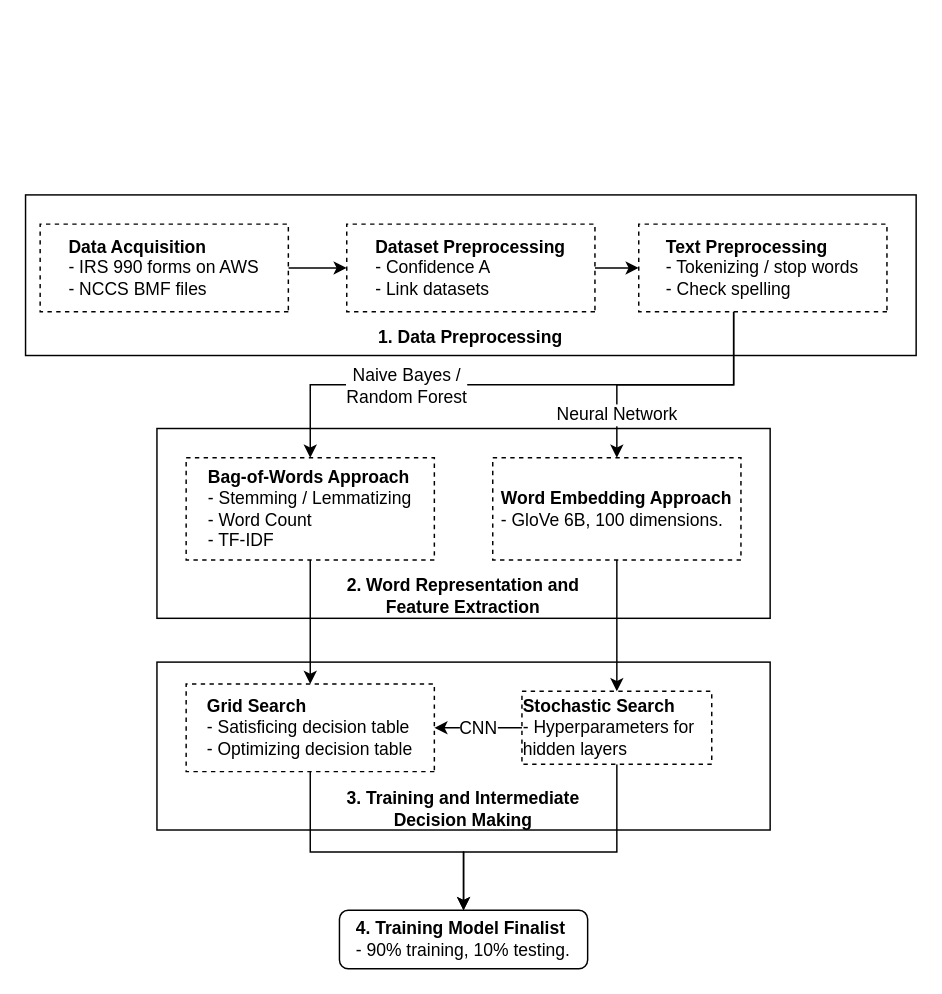
Above: paper/tbl_fig/ntee_classification.drawio in ma-ji/npo_classifier (draw.io), before the change. Source tidied: cells renumbered, new cells numbered last; positions are measured from the earlier drawing's top-left corner, leaving out a move shared by most shapes. Both pictures are drawn from the tidied source at 146%, with x=0, y=0 at pixel (25, 194).
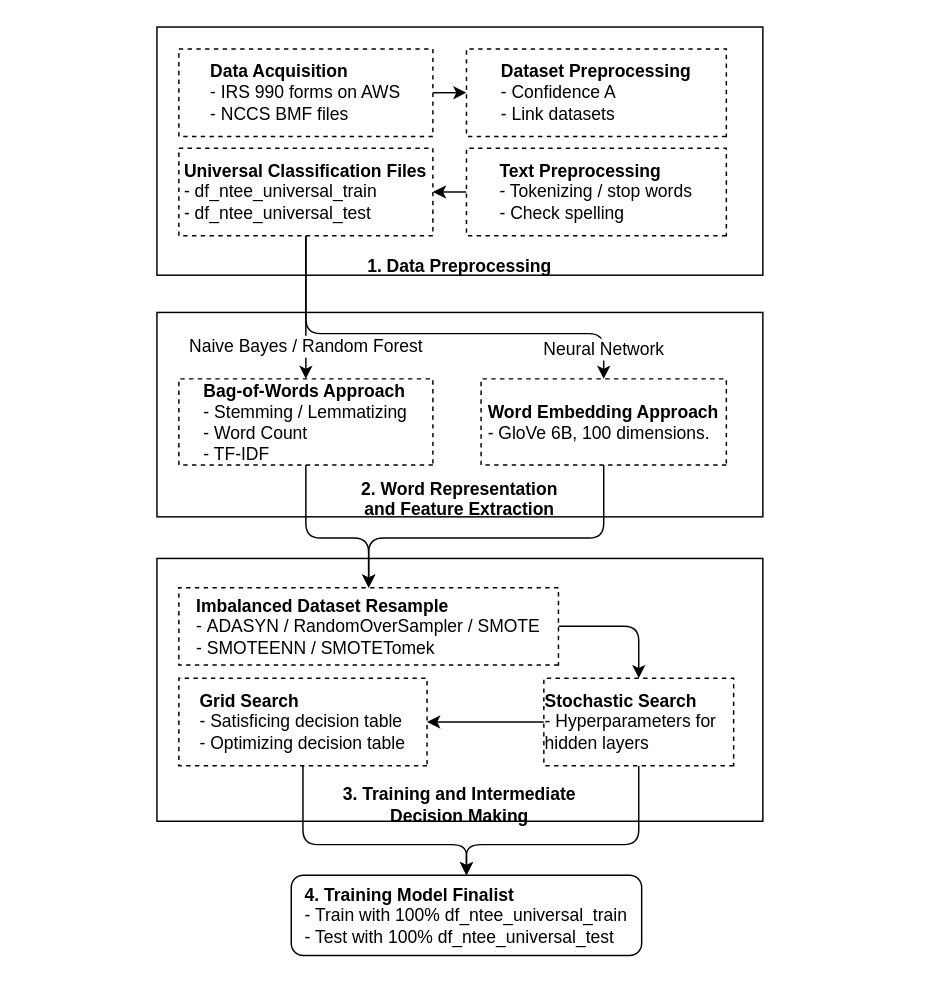
The same diagram, later.

Unchanged cells that the change refers to:
```xml
<mxCell id="19" style="edgeStyle=orthogonalEdgeStyle;rounded=0;jettySize=auto;html=1;" parent="1" edge="1" source="22" target="7">
  <mxGeometry relative="1" as="geometry" />
</mxCell>
```

Change to the diagram source:
```diff
@@
-    <mxCell id="2" style="group;" parent="1" vertex="1">
-      <mxGeometry width="610" height="110" as="geometry" />
-    </mxCell>
-    <mxCell id="3" value="&lt;b&gt;&lt;br&gt;&lt;br&gt;&lt;br&gt;&lt;br&gt;&lt;br&gt;&lt;br&gt;1. Data Preprocessing&lt;br&gt;&lt;/b&gt;" style="rounded=0;whiteSpace=wrap;html=1;fillColor=none;" parent="2" vertex="1">
-      <mxGeometry width="610" height="110" as="geometry" />
-    </mxCell>
     <mxCell id="4" style="group;" parent="1" vertex="1">
-      <mxGeometry x="90" y="320" width="420" height="115" as="geometry" />
+      <mxGeometry x="90" y="249" width="415" height="200" as="geometry" />
     </mxCell>
-    <mxCell id="5" value="&lt;br&gt;&lt;br&gt;&lt;br&gt;&lt;br&gt;&lt;br&gt;&lt;br&gt;&lt;b&gt;3. Training and Intermediate&lt;br&gt;Decision Making&lt;/b&gt;&lt;br&gt;" style="rounded=0;whiteSpace=wrap;html=1;fillColor=none;" parent="4" vertex="1">
-      <mxGeometry width="420" height="115" as="geometry" />
+    <mxCell id="5" value="&lt;br&gt;&lt;br&gt;&lt;br&gt;&lt;br&gt;&lt;br&gt;&lt;br&gt;&lt;br&gt;&lt;br&gt;&lt;br&gt;&lt;br&gt;&lt;br&gt;&lt;b&gt;3. Training and Intermediate&lt;br&gt;Decision Making&lt;/b&gt;&lt;br&gt;" style="rounded=0;whiteSpace=wrap;html=1;fillColor=none;" parent="4" vertex="1">
+      <mxGeometry width="415" height="180" as="geometry" />
     </mxCell>
-    <mxCell id="6" style="edgeStyle=orthogonalEdgeStyle;rounded=0;jettySize=auto;html=1;exitX=0.5;exitY=1;exitDx=0;exitDy=0;" parent="1" edge="1" source="7" target="27">
+    <mxCell id="6" style="edgeStyle=orthogonalEdgeStyle;rounded=1;jettySize=auto;html=1;exitX=0.5;exitY=1;exitDx=0;exitDy=0;entryX=0.5;entryY=0;entryDx=0;entryDy=0;" parent="1" edge="1" source="7" target="27">
       <mxGeometry relative="1" as="geometry">
         <Array as="points">
-          <mxPoint x="195" y="450" />
-          <mxPoint x="300" y="450" />
+          <mxPoint x="190" y="445" />
+          <mxPoint x="302" y="445" />
         </Array>
       </mxGeometry>
     </mxCell>
     <mxCell id="7" value="&lt;div style=&quot;text-align: left&quot;&gt;&lt;b&gt;Grid Search&lt;/b&gt;&lt;br&gt;&lt;/div&gt;&lt;div style=&quot;text-align: left&quot;&gt;&lt;span&gt;- Satisficing decision table&lt;/span&gt;&lt;b&gt;&lt;br&gt;&lt;/b&gt;&lt;/div&gt;&lt;div style=&quot;text-align: left&quot;&gt;&lt;span&gt;- Optimizing decision table&lt;/span&gt;&lt;/div&gt;" style="rounded=0;whiteSpace=wrap;html=1;flipH=1;flipV=1;fillColor=none;dashed=1;" parent="1" vertex="1">
-      <mxGeometry x="110" y="335" width="170" height="60" as="geometry" />
+      <mxGeometry x="105" y="331" width="170" height="60" as="geometry" />
     </mxCell>
-    <mxCell id="8" style="edgeStyle=orthogonalEdgeStyle;rounded=0;jettySize=auto;html=1;" parent="1" edge="1" source="9" target="11">
-      <mxGeometry relative="1" as="geometry" />
-    </mxCell>
-    <mxCell id="9" value="&lt;div style=&quot;text-align: left&quot;&gt;&lt;b&gt;&lt;font style=&quot;font-size: 12px&quot;&gt;Data Acquisition&lt;/font&gt;&lt;/b&gt;&lt;/div&gt;&lt;div style=&quot;text-align: left&quot;&gt;&lt;span&gt;&lt;font style=&quot;font-size: 12px&quot;&gt;- IRS 990 forms on AWS&lt;/font&gt;&lt;/span&gt;&lt;/div&gt;&lt;div style=&quot;text-align: left&quot;&gt;&lt;font style=&quot;font-size: 12px&quot;&gt;- NCCS BMF files&lt;/font&gt;&lt;/div&gt;" style="rounded=0;whiteSpace=wrap;html=1;flipH=1;flipV=1;dashed=1;" parent="1" vertex="1">
-      <mxGeometry x="10" y="20" width="170" height="60" as="geometry" />
-    </mxCell>
-    <mxCell id="10" style="edgeStyle=orthogonalEdgeStyle;rounded=0;jettySize=auto;html=1;exitX=1;exitY=0.5;exitDx=0;exitDy=0;entryX=0;entryY=0.5;entryDx=0;entryDy=0;" parent="1" edge="1" source="11" target="14">
-      <mxGeometry relative="1" as="geometry" />
-    </mxCell>
-    <mxCell id="11" value="&lt;div style=&quot;text-align: left&quot;&gt;&lt;b&gt;&lt;font style=&quot;font-size: 12px&quot;&gt;Dataset Preprocessing&lt;/font&gt;&lt;/b&gt;&lt;/div&gt;&lt;div style=&quot;text-align: left&quot;&gt;&lt;span&gt;&lt;font style=&quot;font-size: 12px&quot;&gt;- Confidence A&lt;/font&gt;&lt;/span&gt;&lt;/div&gt;&lt;div style=&quot;text-align: left&quot;&gt;&lt;span&gt;&lt;font style=&quot;font-size: 12px&quot;&gt;- Link datasets&lt;/font&gt;&lt;/span&gt;&lt;/div&gt;" style="rounded=0;whiteSpace=wrap;html=1;flipH=1;flipV=1;dashed=1;" parent="1" vertex="1">
-      <mxGeometry x="220" y="20" width="170" height="60" as="geometry" />
-    </mxCell>
-    <mxCell id="12" style="edgeStyle=orthogonalEdgeStyle;rounded=0;jettySize=auto;html=1;entryX=0.5;entryY=0;entryDx=0;entryDy=0;" parent="1" edge="1" source="14" target="17">
-      <mxGeometry relative="1" as="geometry">
-        <Array as="points">
-          <mxPoint x="485" y="130" />
-          <mxPoint x="195" y="130" />
-        </Array>
-      </mxGeometry>
-    </mxCell>
-    <mxCell id="13" style="edgeStyle=orthogonalEdgeStyle;rounded=0;jettySize=auto;html=1;entryX=0.5;entryY=0;entryDx=0;entryDy=0;" parent="1" edge="1" source="14" target="18">
-      <mxGeometry relative="1" as="geometry">
-        <Array as="points">
-          <mxPoint x="485" y="130" />
-          <mxPoint x="405" y="130" />
-        </Array>
-      </mxGeometry>
-    </mxCell>
+    <mxCell id="28" style="edgeStyle=orthogonalEdgeStyle;rounded=1;jettySize=auto;html=1;exitX=0;exitY=0.5;exitDx=0;exitDy=0;entryX=1;entryY=0.5;entryDx=0;entryDy=0;" parent="1" edge="1" source="14" target="30">
+      <mxGeometry relative="1" as="geometry" />
+    </mxCell>
     <mxCell id="14" value="&lt;div style=&quot;text-align: left&quot;&gt;&lt;b&gt;&lt;font style=&quot;font-size: 12px&quot;&gt;Text Preprocessing&lt;/font&gt;&lt;/b&gt;&lt;/div&gt;&lt;div style=&quot;text-align: left&quot;&gt;&lt;span&gt;- Tokenizing / stop words&lt;/span&gt;&lt;/div&gt;&lt;div style=&quot;text-align: left&quot;&gt;&lt;span&gt;- Check spelling&lt;/span&gt;&lt;/div&gt;" style="rounded=0;whiteSpace=wrap;html=1;flipH=1;flipV=1;dashed=1;" parent="1" vertex="1">
-      <mxGeometry x="420" y="20" width="170" height="60" as="geometry" />
+      <mxGeometry x="302" y="-32" width="178" height="60" as="geometry" />
     </mxCell>
     <mxCell id="15" style="group;" parent="1" vertex="1">
-      <mxGeometry x="90" y="160" width="420" height="130" as="geometry" />
+      <mxGeometry x="90" y="85" width="415" height="140" as="geometry" />
     </mxCell>
-    <mxCell id="16" value="&lt;br&gt;&lt;br&gt;&lt;br&gt;&lt;br&gt;&lt;br&gt;&lt;br&gt;&lt;br&gt;&lt;b&gt;2. Word Representation and&lt;/b&gt;&lt;br&gt;&lt;b&gt;Feature Extraction&lt;/b&gt;" style="rounded=0;whiteSpace=wrap;html=1;fillColor=none;" parent="15" vertex="1">
-      <mxGeometry width="420" height="130" as="geometry" />
+    <mxCell id="16" value="&lt;br&gt;&lt;br&gt;&lt;br&gt;&lt;br&gt;&lt;br&gt;&lt;br&gt;&lt;br&gt;&lt;br&gt;&lt;b&gt;2. Word Representation &lt;br&gt;and&amp;nbsp;&lt;/b&gt;&lt;b&gt;Feature Extraction&lt;/b&gt;" style="rounded=0;whiteSpace=wrap;html=1;fillColor=none;" parent="15" vertex="1">
+      <mxGeometry y="-4.5" width="415" height="140" as="geometry" />
     </mxCell>
     <mxCell id="17" value="&lt;div style=&quot;text-align: left&quot;&gt;&lt;span&gt;&lt;b&gt;Bag-of-Words Approach&lt;/b&gt;&lt;/span&gt;&lt;/div&gt;&lt;div style=&quot;text-align: left&quot;&gt;&lt;span&gt;- Stemming / Lemmatizing&lt;/span&gt;&lt;br&gt;&lt;/div&gt;&lt;div style=&quot;text-align: left&quot;&gt;&lt;span&gt;- Word Count&lt;/span&gt;&lt;/div&gt;&lt;div style=&quot;text-align: left&quot;&gt;&lt;span&gt;- TF-IDF&lt;/span&gt;&lt;/div&gt;" style="rounded=0;whiteSpace=wrap;html=1;flipH=1;flipV=1;dashed=1;" parent="15" vertex="1">
-      <mxGeometry x="20" y="20" width="170" height="70" as="geometry" />
+      <mxGeometry x="15" y="41" width="174" height="59" as="geometry" />
     </mxCell>
     <mxCell id="18" value="&lt;div style=&quot;text-align: left&quot;&gt;&lt;span&gt;&lt;b&gt;Word Embedding Approach&lt;/b&gt;&lt;/span&gt;&lt;/div&gt;&lt;div style=&quot;text-align: left&quot;&gt;&lt;span&gt;- GloVe 6B, 100 dimensions.&lt;br&gt;&lt;/span&gt;&lt;/div&gt;" style="rounded=0;whiteSpace=wrap;html=1;flipH=1;flipV=1;dashed=1;" parent="15" vertex="1">
-      <mxGeometry x="230" y="20" width="170" height="70" as="geometry" />
+      <mxGeometry x="222" y="41" width="168" height="59" as="geometry" />
     </mxCell>
@@
-    <mxCell id="20" value="CNN" style="text;html=1;align=center;verticalAlign=middle;labelBackgroundColor=#ffffff;" parent="19" vertex="1">
-      <mxGeometry y="-7" relative="1" as="geometry">
-        <mxPoint x="-0.5" y="7" as="offset" />
-      </mxGeometry>
-    </mxCell>
-    <mxCell id="21" style="edgeStyle=orthogonalEdgeStyle;rounded=0;jettySize=auto;html=1;exitX=0.5;exitY=1;exitDx=0;exitDy=0;entryX=0.5;entryY=0;entryDx=0;entryDy=0;" parent="1" edge="1" source="22" target="27">
+    <mxCell id="21" style="edgeStyle=orthogonalEdgeStyle;rounded=1;jettySize=auto;html=1;exitX=0.5;exitY=1;exitDx=0;exitDy=0;" parent="1" edge="1" source="22" target="27">
       <mxGeometry relative="1" as="geometry">
         <Array as="points">
-          <mxPoint x="405" y="450" />
-          <mxPoint x="300" y="450" />
+          <mxPoint x="420" y="445" />
+          <mxPoint x="302" y="445" />
         </Array>
       </mxGeometry>
     </mxCell>
     <mxCell id="22" value="&lt;div style=&quot;text-align: left&quot;&gt;&lt;b&gt;Stochastic&amp;nbsp;&lt;/b&gt;&lt;b&gt;Search&lt;/b&gt;&lt;/div&gt;&lt;div style=&quot;text-align: left&quot;&gt;&lt;span&gt;-&amp;nbsp;&lt;/span&gt;&lt;span style=&quot;text-align: center&quot;&gt;Hyperparameters for hidden&amp;nbsp;&lt;/span&gt;&lt;span style=&quot;text-align: center&quot;&gt;layers&lt;/span&gt;&lt;/div&gt;" style="rounded=0;whiteSpace=wrap;html=1;flipH=1;flipV=1;dashed=1;" parent="1" vertex="1">
-      <mxGeometry x="340" y="340" width="130" height="50" as="geometry" />
+      <mxGeometry x="355" y="331" width="130" height="60" as="geometry" />
     </mxCell>
-    <mxCell id="23" style="edgeStyle=orthogonalEdgeStyle;rounded=0;jettySize=auto;html=1;entryX=0.5;entryY=0;entryDx=0;entryDy=0;" parent="1" edge="1" source="18" target="22">
-      <mxGeometry relative="1" as="geometry" />
-    </mxCell>
+    <mxCell id="27" value="&lt;div style=&quot;text-align: left&quot;&gt;&lt;span&gt;&lt;b&gt;4. Training Model Finalist&lt;/b&gt;&lt;/span&gt;&lt;/div&gt;&lt;div style=&quot;text-align: left&quot;&gt;&lt;span&gt;- Train with 100% df_ntee_universal_train&lt;/span&gt;&lt;/div&gt;&lt;div style=&quot;text-align: left&quot;&gt;&lt;span&gt;- Test with 100% df_ntee_universal_test&lt;/span&gt;&lt;/div&gt;" style="rounded=1;whiteSpace=wrap;html=1;flipH=1;flipV=1;fillColor=none;" parent="1" vertex="1">
+      <mxGeometry x="182" y="466" width="240" height="55" as="geometry" />
+    </mxCell>
+    <mxCell id="3" value="&lt;b&gt;&lt;br&gt;&lt;br&gt;&lt;br&gt;&lt;br&gt;&lt;br&gt;&lt;br&gt;&lt;br&gt;&lt;br&gt;&lt;br&gt;&lt;br&gt;&lt;br&gt;1. Data Preprocessing&lt;br&gt;&lt;/b&gt;" style="rounded=0;whiteSpace=wrap;html=1;fillColor=none;" parent="1" vertex="1">
+      <mxGeometry x="90" y="-115" width="415" height="170" as="geometry" />
+    </mxCell>
+    <mxCell id="8" style="edgeStyle=orthogonalEdgeStyle;rounded=1;jettySize=auto;html=1;exitX=1;exitY=0.5;exitDx=0;exitDy=0;entryX=0;entryY=0.5;entryDx=0;entryDy=0;" parent="1" edge="1" source="9" target="11">
+      <mxGeometry relative="1" as="geometry" />
+    </mxCell>
+    <mxCell id="9" value="&lt;div style=&quot;text-align: left&quot;&gt;&lt;b&gt;&lt;font style=&quot;font-size: 12px&quot;&gt;Data Acquisition&lt;/font&gt;&lt;/b&gt;&lt;/div&gt;&lt;div style=&quot;text-align: left&quot;&gt;&lt;span&gt;&lt;font style=&quot;font-size: 12px&quot;&gt;- IRS 990 forms on AWS&lt;/font&gt;&lt;/span&gt;&lt;/div&gt;&lt;div style=&quot;text-align: left&quot;&gt;&lt;font style=&quot;font-size: 12px&quot;&gt;- NCCS BMF files&lt;/font&gt;&lt;/div&gt;" style="rounded=0;whiteSpace=wrap;html=1;flipH=1;flipV=1;dashed=1;" parent="1" vertex="1">
+      <mxGeometry x="105" y="-100" width="174" height="60" as="geometry" />
+    </mxCell>
+    <mxCell id="11" value="&lt;div style=&quot;text-align: left&quot;&gt;&lt;b&gt;&lt;font style=&quot;font-size: 12px&quot;&gt;Dataset Preprocessing&lt;/font&gt;&lt;/b&gt;&lt;/div&gt;&lt;div style=&quot;text-align: left&quot;&gt;&lt;span&gt;&lt;font style=&quot;font-size: 12px&quot;&gt;- Confidence A&lt;/font&gt;&lt;/span&gt;&lt;/div&gt;&lt;div style=&quot;text-align: left&quot;&gt;&lt;span&gt;&lt;font style=&quot;font-size: 12px&quot;&gt;- Link datasets&lt;/font&gt;&lt;/span&gt;&lt;/div&gt;" style="rounded=0;whiteSpace=wrap;html=1;flipH=1;flipV=1;dashed=1;" parent="1" vertex="1">
+      <mxGeometry x="302" y="-100" width="178" height="60" as="geometry" />
+    </mxCell>
+    <mxCell id="26" value="&lt;font style=&quot;font-size: 12px&quot;&gt;Naive Bayes / Random Forest&lt;/font&gt;" style="edgeStyle=orthogonalEdgeStyle;rounded=1;jettySize=auto;html=1;exitX=0.5;exitY=1;exitDx=0;exitDy=0;entryX=0.5;entryY=0;entryDx=0;entryDy=0;" parent="1" edge="1" source="30" target="17">
+      <mxGeometry x="0.56" relative="1" as="geometry" />
+    </mxCell>
+    <mxCell id="29" style="edgeStyle=orthogonalEdgeStyle;rounded=1;jettySize=auto;html=1;exitX=0.5;exitY=1;exitDx=0;exitDy=0;entryX=0.5;entryY=0;entryDx=0;entryDy=0;" parent="1" edge="1" source="30" target="18">
+      <mxGeometry relative="1" as="geometry">
+        <Array as="points">
+          <mxPoint x="192" y="95" />
+          <mxPoint x="396" y="95" />
+        </Array>
+      </mxGeometry>
+    </mxCell>
-    <mxCell id="24" value="Neural Network" style="text;html=1;align=center;verticalAlign=middle;labelBackgroundColor=#ffffff;" parent="23" vertex="1">
-      <mxGeometry x="0.15" y="-2" relative="1" as="geometry">
-        <mxPoint x="1.5" y="-151.5" as="offset" />
+    <mxCell id="24" value="Neural Network" style="text;html=1;align=center;verticalAlign=middle;labelBackgroundColor=#ffffff;" parent="29" vertex="1">
+      <mxGeometry x="0.29" relative="1" as="geometry">
+        <mxPoint x="75" y="10" as="offset" />
       </mxGeometry>
     </mxCell>
-    <mxCell id="25" style="edgeStyle=orthogonalEdgeStyle;rounded=0;jettySize=auto;html=1;exitX=0.5;exitY=1;exitDx=0;exitDy=0;entryX=0.5;entryY=0;entryDx=0;entryDy=0;" parent="1" edge="1" source="17" target="7">
-      <mxGeometry relative="1" as="geometry" />
-    </mxCell>
-    <mxCell id="26" value="Naive Bayes / &lt;br&gt;Random Forest" style="text;html=1;align=center;verticalAlign=middle;labelBackgroundColor=#ffffff;" parent="25" vertex="1">
-      <mxGeometry x="0.24" y="3" relative="1" as="geometry">
-        <mxPoint x="62" y="-173" as="offset" />
-      </mxGeometry>
-    </mxCell>
-    <mxCell id="27" value="&lt;div style=&quot;text-align: left&quot;&gt;&lt;span&gt;&lt;b&gt;4. Training Model Finalist&lt;/b&gt;&lt;/span&gt;&lt;/div&gt;&lt;div style=&quot;text-align: left&quot;&gt;&lt;span&gt;- 90% training, 10% testing.&lt;/span&gt;&lt;/div&gt;" style="rounded=1;whiteSpace=wrap;html=1;flipH=1;flipV=1;fillColor=none;" parent="1" vertex="1">
-      <mxGeometry x="215" y="490" width="170" height="40" as="geometry" />
-    </mxCell>
+    <mxCell id="30" value="&lt;div style=&quot;text-align: left&quot;&gt;&lt;b&gt;&lt;font style=&quot;font-size: 12px&quot;&gt;Universal Classification Files&lt;/font&gt;&lt;/b&gt;&lt;/div&gt;&lt;div style=&quot;text-align: left&quot;&gt;&lt;span&gt;- df_ntee_universal_train&lt;/span&gt;&lt;span&gt;&lt;br&gt;&lt;/span&gt;&lt;/div&gt;&lt;div style=&quot;text-align: left&quot;&gt;&lt;span&gt;- df_ntee_universal_test&lt;/span&gt;&lt;/div&gt;" style="rounded=0;whiteSpace=wrap;html=1;flipH=1;flipV=1;dashed=1;" parent="1" vertex="1">
+      <mxGeometry x="105" y="-32" width="174" height="60" as="geometry" />
+    </mxCell>
+    <mxCell id="31" style="edgeStyle=orthogonalEdgeStyle;rounded=1;jettySize=auto;html=1;exitX=1;exitY=0.5;exitDx=0;exitDy=0;entryX=0.5;entryY=0;entryDx=0;entryDy=0;" parent="1" edge="1" source="32" target="22">
+      <mxGeometry relative="1" as="geometry" />
+    </mxCell>
+    <mxCell id="32" value="&lt;div style=&quot;text-align: left&quot;&gt;&lt;b&gt;&lt;font style=&quot;font-size: 12px&quot;&gt;Imbalanced Dataset Resample&lt;/font&gt;&lt;/b&gt;&lt;/div&gt;&lt;div style=&quot;text-align: left&quot;&gt;&lt;font style=&quot;font-size: 12px&quot;&gt;&lt;span&gt;-&amp;nbsp;&lt;/span&gt;&lt;span&gt;ADASYN /&amp;nbsp;&lt;/span&gt;&lt;span&gt;RandomOverSampler /&amp;nbsp;&lt;/span&gt;&lt;span&gt;SMOTE&lt;/span&gt;&lt;/font&gt;&lt;/div&gt;&lt;div style=&quot;text-align: left&quot;&gt;&lt;font style=&quot;font-size: 12px&quot;&gt;-&amp;nbsp;SMOTEENN /&amp;nbsp;SMOTETomek&lt;/font&gt;&lt;/div&gt;" style="rounded=0;whiteSpace=wrap;html=1;flipH=1;flipV=1;dashed=1;" parent="1" vertex="1">
+      <mxGeometry x="105" y="269" width="260" height="53" as="geometry" />
+    </mxCell>
+    <mxCell id="33" style="edgeStyle=orthogonalEdgeStyle;rounded=1;jettySize=auto;html=1;exitX=0.5;exitY=1;exitDx=0;exitDy=0;" parent="1" edge="1" source="17" target="32">
+      <mxGeometry relative="1" as="geometry">
+        <Array as="points">
+          <mxPoint x="192" y="235" />
+          <mxPoint x="235" y="235" />
+        </Array>
+      </mxGeometry>
+    </mxCell>
+    <mxCell id="34" style="edgeStyle=orthogonalEdgeStyle;rounded=1;jettySize=auto;html=1;exitX=0.5;exitY=1;exitDx=0;exitDy=0;entryX=0.5;entryY=0;entryDx=0;entryDy=0;" parent="1" edge="1" source="18" target="32">
+      <mxGeometry relative="1" as="geometry">
+        <Array as="points">
+          <mxPoint x="396" y="235" />
+          <mxPoint x="235" y="235" />
+        </Array>
+      </mxGeometry>
+    </mxCell>
```
